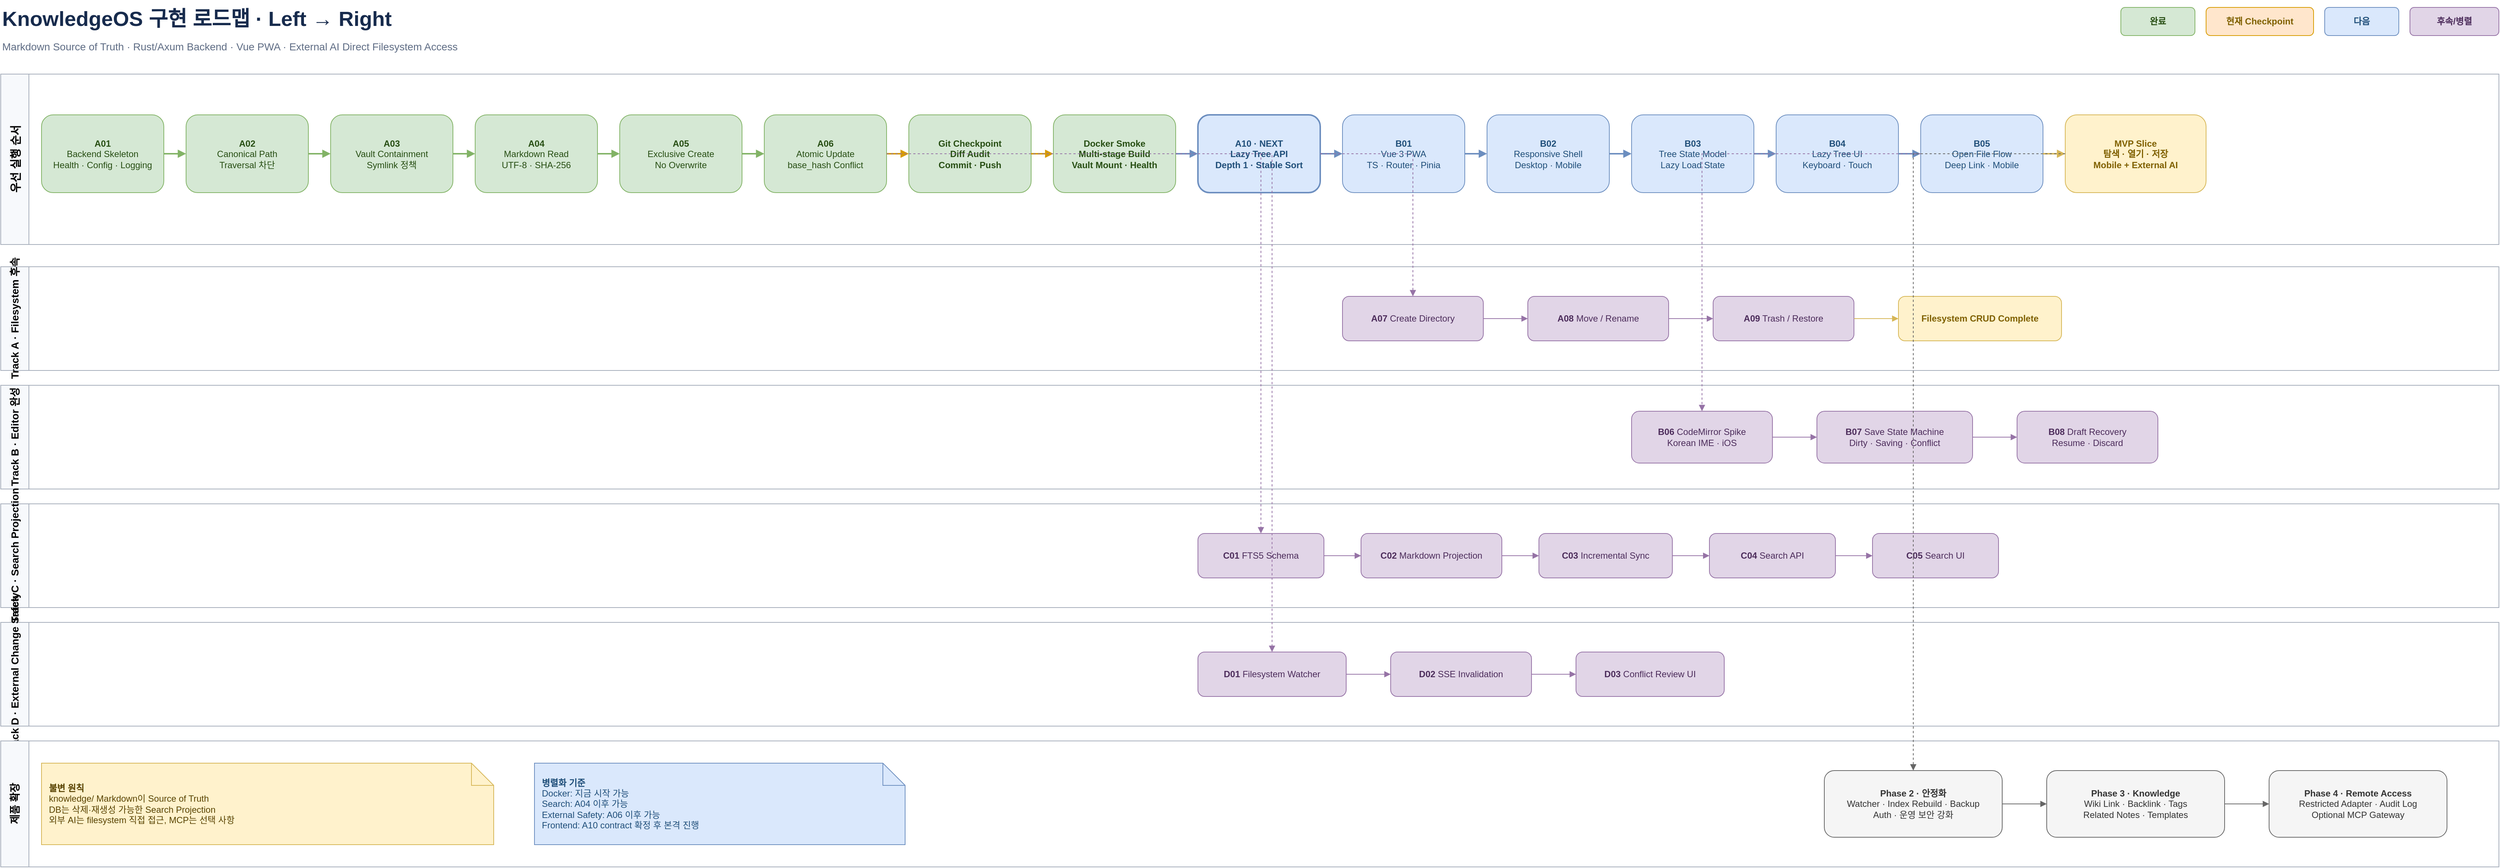
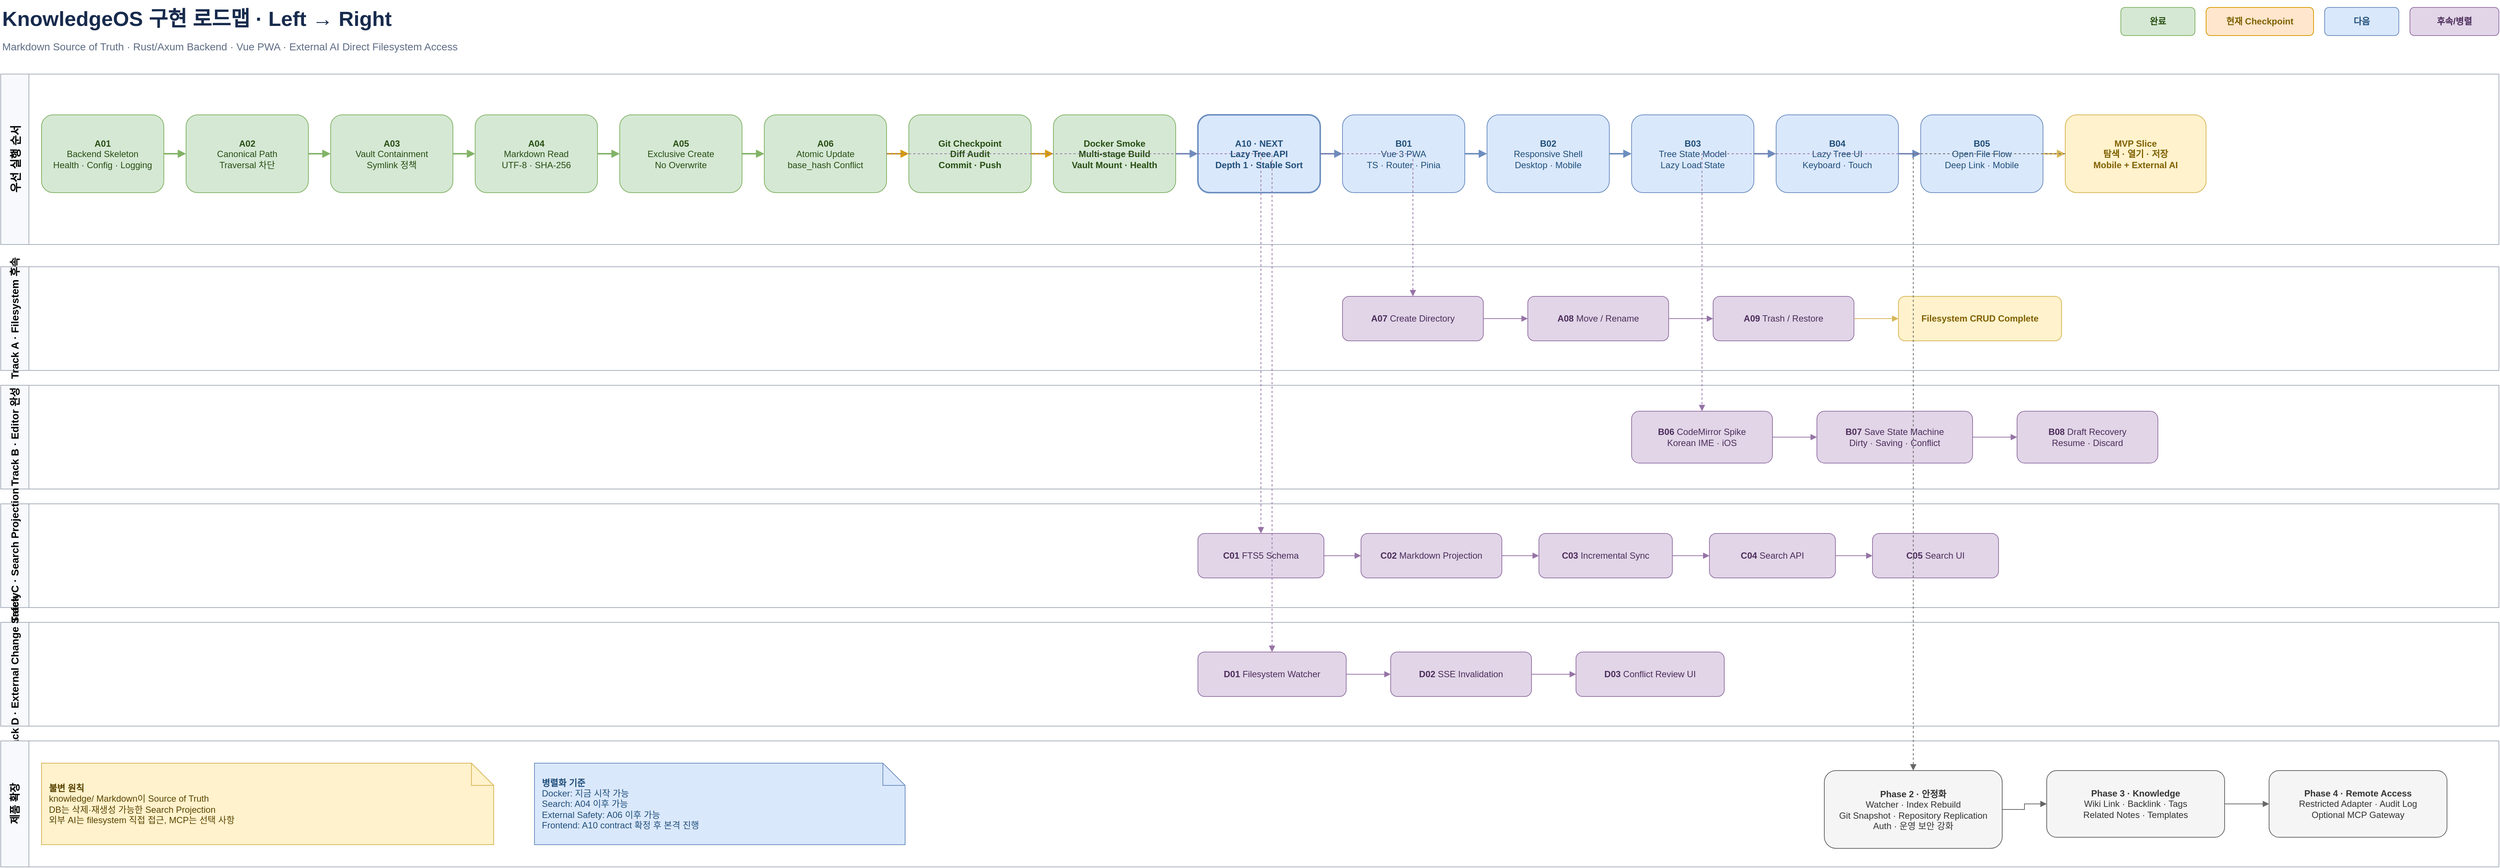
<mxfile host="app.diagrams.net" modified="2026-07-19T00:00:00.000Z" agent="KnowledgeOS" version="26.0.9" type="device">
  <diagram id="knowledgeos-roadmap" name="KnowledgeOS Roadmap">
    <mxGraphModel dx="1600" dy="900" grid="1" gridSize="10" guides="1" tooltips="1" connect="1" arrows="1" fold="1" page="1" pageScale="1" pageWidth="4000" pageHeight="1400" math="0" shadow="0">
      <root>
        <mxCell id="0"/>
        <mxCell id="1" parent="0"/>

        <mxCell id="title" value="KnowledgeOS 구현 로드맵 · Left → Right" style="text;html=1;align=left;verticalAlign=middle;fontSize=28;fontStyle=1;fontColor=#172B4D;" vertex="1" parent="1">
          <mxGeometry x="40" y="20" width="760" height="50" as="geometry"/>
        </mxCell>
        <mxCell id="subtitle" value="Markdown Source of Truth · Rust/Axum Backend · Vue PWA · External AI Direct Filesystem Access" style="text;html=1;align=left;verticalAlign=middle;fontSize=14;fontColor=#5E6C84;" vertex="1" parent="1">
          <mxGeometry x="40" y="68" width="1100" height="30" as="geometry"/>
        </mxCell>

        <mxCell id="legend_done" value="완료" style="rounded=1;whiteSpace=wrap;html=1;fillColor=#D5E8D4;strokeColor=#82B366;fontColor=#274E13;fontStyle=1;" vertex="1" parent="1">
          <mxGeometry x="2900" y="30" width="100" height="38" as="geometry"/>
        </mxCell>
        <mxCell id="legend_now" value="현재 Checkpoint" style="rounded=1;whiteSpace=wrap;html=1;fillColor=#FFE6CC;strokeColor=#D79B00;fontColor=#7F6000;fontStyle=1;" vertex="1" parent="1">
          <mxGeometry x="3015" y="30" width="145" height="38" as="geometry"/>
        </mxCell>
        <mxCell id="legend_next" value="다음" style="rounded=1;whiteSpace=wrap;html=1;fillColor=#DAE8FC;strokeColor=#6C8EBF;fontColor=#1F4E79;fontStyle=1;" vertex="1" parent="1">
          <mxGeometry x="3175" y="30" width="100" height="38" as="geometry"/>
        </mxCell>
        <mxCell id="legend_later" value="후속/병렬" style="rounded=1;whiteSpace=wrap;html=1;fillColor=#E1D5E7;strokeColor=#9673A6;fontColor=#4C2C5B;fontStyle=1;" vertex="1" parent="1">
          <mxGeometry x="3290" y="30" width="120" height="38" as="geometry"/>
        </mxCell>

        <mxCell id="lane_main" value="우선 실행 순서" style="swimlane;html=1;horizontal=0;startSize=38;fillColor=#F7F9FC;swimlaneFillColor=#FFFFFF;strokeColor=#A5ADBA;fontStyle=1;fontSize=15;" vertex="1" parent="1">
          <mxGeometry x="40" y="120" width="3370" height="230" as="geometry"/>
        </mxCell>
        <mxCell id="lane_fs" value="Track A · Filesystem 후속" style="swimlane;html=1;horizontal=0;startSize=38;fillColor=#F7F9FC;swimlaneFillColor=#FFFFFF;strokeColor=#A5ADBA;fontStyle=1;fontSize=14;" vertex="1" parent="1">
          <mxGeometry x="40" y="380" width="3370" height="140" as="geometry"/>
        </mxCell>
        <mxCell id="lane_editor" value="Track B · Editor 완성" style="swimlane;html=1;horizontal=0;startSize=38;fillColor=#F7F9FC;swimlaneFillColor=#FFFFFF;strokeColor=#A5ADBA;fontStyle=1;fontSize=14;" vertex="1" parent="1">
          <mxGeometry x="40" y="540" width="3370" height="140" as="geometry"/>
        </mxCell>
        <mxCell id="lane_search" value="Track C · Search Projection" style="swimlane;html=1;horizontal=0;startSize=38;fillColor=#F7F9FC;swimlaneFillColor=#FFFFFF;strokeColor=#A5ADBA;fontStyle=1;fontSize=14;" vertex="1" parent="1">
          <mxGeometry x="40" y="700" width="3370" height="140" as="geometry"/>
        </mxCell>
        <mxCell id="lane_external" value="Track D · External Change Safety" style="swimlane;html=1;horizontal=0;startSize=38;fillColor=#F7F9FC;swimlaneFillColor=#FFFFFF;strokeColor=#A5ADBA;fontStyle=1;fontSize=14;" vertex="1" parent="1">
          <mxGeometry x="40" y="860" width="3370" height="140" as="geometry"/>
        </mxCell>
        <mxCell id="lane_future" value="제품 확장" style="swimlane;html=1;horizontal=0;startSize=38;fillColor=#F7F9FC;swimlaneFillColor=#FFFFFF;strokeColor=#A5ADBA;fontStyle=1;fontSize=14;" vertex="1" parent="1">
          <mxGeometry x="40" y="1020" width="3370" height="170" as="geometry"/>
        </mxCell>

        <mxCell id="a01" value="&lt;b&gt;A01&lt;/b&gt;&#xa;Backend Skeleton&#xa;Health · Config · Logging" style="rounded=1;whiteSpace=wrap;html=1;fillColor=#D5E8D4;strokeColor=#82B366;fontColor=#274E13;" vertex="1" parent="1"><mxGeometry x="95" y="175" width="165" height="105" as="geometry"/></mxCell>
        <mxCell id="a02" value="&lt;b&gt;A02&lt;/b&gt;&#xa;Canonical Path&#xa;Traversal 차단" style="rounded=1;whiteSpace=wrap;html=1;fillColor=#D5E8D4;strokeColor=#82B366;fontColor=#274E13;" vertex="1" parent="1"><mxGeometry x="290" y="175" width="165" height="105" as="geometry"/></mxCell>
        <mxCell id="a03" value="&lt;b&gt;A03&lt;/b&gt;&#xa;Vault Containment&#xa;Symlink 정책" style="rounded=1;whiteSpace=wrap;html=1;fillColor=#D5E8D4;strokeColor=#82B366;fontColor=#274E13;" vertex="1" parent="1"><mxGeometry x="485" y="175" width="165" height="105" as="geometry"/></mxCell>
        <mxCell id="a04" value="&lt;b&gt;A04&lt;/b&gt;&#xa;Markdown Read&#xa;UTF-8 · SHA-256" style="rounded=1;whiteSpace=wrap;html=1;fillColor=#D5E8D4;strokeColor=#82B366;fontColor=#274E13;" vertex="1" parent="1"><mxGeometry x="680" y="175" width="165" height="105" as="geometry"/></mxCell>
        <mxCell id="a05" value="&lt;b&gt;A05&lt;/b&gt;&#xa;Exclusive Create&#xa;No Overwrite" style="rounded=1;whiteSpace=wrap;html=1;fillColor=#D5E8D4;strokeColor=#82B366;fontColor=#274E13;" vertex="1" parent="1"><mxGeometry x="875" y="175" width="165" height="105" as="geometry"/></mxCell>
        <mxCell id="a06" value="&lt;b&gt;A06&lt;/b&gt;&#xa;Atomic Update&#xa;base_hash Conflict" style="rounded=1;whiteSpace=wrap;html=1;fillColor=#D5E8D4;strokeColor=#82B366;fontColor=#274E13;" vertex="1" parent="1"><mxGeometry x="1070" y="175" width="165" height="105" as="geometry"/></mxCell>
        <mxCell id="git_checkpoint" value="&lt;b&gt;Git Checkpoint&lt;/b&gt;&#xa;Diff Audit&#xa;Commit · Push" style="rounded=1;whiteSpace=wrap;html=1;fillColor=#D5E8D4;strokeColor=#82B366;fontColor=#274E13;fontStyle=1;" vertex="1" parent="1"><mxGeometry x="1265" y="175" width="165" height="105" as="geometry"/></mxCell>
        <mxCell id="docker" value="&lt;b&gt;Docker Smoke&lt;/b&gt;&#xa;Multi-stage Build&#xa;Vault Mount · Health" style="rounded=1;whiteSpace=wrap;html=1;fillColor=#D5E8D4;strokeColor=#82B366;fontColor=#274E13;fontStyle=1;" vertex="1" parent="1"><mxGeometry x="1460" y="175" width="165" height="105" as="geometry"/></mxCell>
        <mxCell id="a10" value="&lt;b&gt;A10 · NEXT&lt;/b&gt;&#xa;Lazy Tree API&#xa;Depth 1 · Stable Sort" style="rounded=1;whiteSpace=wrap;html=1;fillColor=#DAE8FC;strokeColor=#6C8EBF;fontColor=#1F4E79;fontStyle=1;strokeWidth=2;" vertex="1" parent="1"><mxGeometry x="1655" y="175" width="165" height="105" as="geometry"/></mxCell>
        <mxCell id="b01" value="&lt;b&gt;B01&lt;/b&gt;&#xa;Vue 3 PWA&#xa;TS · Router · Pinia" style="rounded=1;whiteSpace=wrap;html=1;fillColor=#DAE8FC;strokeColor=#6C8EBF;fontColor=#1F4E79;" vertex="1" parent="1"><mxGeometry x="1850" y="175" width="165" height="105" as="geometry"/></mxCell>
        <mxCell id="b02" value="&lt;b&gt;B02&lt;/b&gt;&#xa;Responsive Shell&#xa;Desktop · Mobile" style="rounded=1;whiteSpace=wrap;html=1;fillColor=#DAE8FC;strokeColor=#6C8EBF;fontColor=#1F4E79;" vertex="1" parent="1"><mxGeometry x="2045" y="175" width="165" height="105" as="geometry"/></mxCell>
        <mxCell id="b03" value="&lt;b&gt;B03&lt;/b&gt;&#xa;Tree State Model&#xa;Lazy Load State" style="rounded=1;whiteSpace=wrap;html=1;fillColor=#DAE8FC;strokeColor=#6C8EBF;fontColor=#1F4E79;" vertex="1" parent="1"><mxGeometry x="2240" y="175" width="165" height="105" as="geometry"/></mxCell>
        <mxCell id="b04" value="&lt;b&gt;B04&lt;/b&gt;&#xa;Lazy Tree UI&#xa;Keyboard · Touch" style="rounded=1;whiteSpace=wrap;html=1;fillColor=#DAE8FC;strokeColor=#6C8EBF;fontColor=#1F4E79;" vertex="1" parent="1"><mxGeometry x="2435" y="175" width="165" height="105" as="geometry"/></mxCell>
        <mxCell id="b05" value="&lt;b&gt;B05&lt;/b&gt;&#xa;Open File Flow&#xa;Deep Link · Mobile" style="rounded=1;whiteSpace=wrap;html=1;fillColor=#DAE8FC;strokeColor=#6C8EBF;fontColor=#1F4E79;" vertex="1" parent="1"><mxGeometry x="2630" y="175" width="165" height="105" as="geometry"/></mxCell>
        <mxCell id="mvp_slice" value="&lt;b&gt;MVP Slice&lt;/b&gt;&#xa;탐색 · 열기 · 저장&#xa;Mobile + External AI" style="rounded=1;whiteSpace=wrap;html=1;fillColor=#FFF2CC;strokeColor=#D6B656;fontColor=#7F6000;fontStyle=1;" vertex="1" parent="1"><mxGeometry x="2825" y="175" width="190" height="105" as="geometry"/></mxCell>

        <mxCell id="a07" value="&lt;b&gt;A07&lt;/b&gt; Create Directory" style="rounded=1;whiteSpace=wrap;html=1;fillColor=#E1D5E7;strokeColor=#9673A6;fontColor=#4C2C5B;" vertex="1" parent="1"><mxGeometry x="1850" y="420" width="190" height="60" as="geometry"/></mxCell>
        <mxCell id="a08" value="&lt;b&gt;A08&lt;/b&gt; Move / Rename" style="rounded=1;whiteSpace=wrap;html=1;fillColor=#E1D5E7;strokeColor=#9673A6;fontColor=#4C2C5B;" vertex="1" parent="1"><mxGeometry x="2100" y="420" width="190" height="60" as="geometry"/></mxCell>
        <mxCell id="a09" value="&lt;b&gt;A09&lt;/b&gt; Trash / Restore" style="rounded=1;whiteSpace=wrap;html=1;fillColor=#E1D5E7;strokeColor=#9673A6;fontColor=#4C2C5B;" vertex="1" parent="1"><mxGeometry x="2350" y="420" width="190" height="60" as="geometry"/></mxCell>
        <mxCell id="fs_complete" value="Filesystem CRUD Complete" style="rounded=1;whiteSpace=wrap;html=1;fillColor=#FFF2CC;strokeColor=#D6B656;fontColor=#7F6000;fontStyle=1;" vertex="1" parent="1"><mxGeometry x="2600" y="420" width="220" height="60" as="geometry"/></mxCell>

        <mxCell id="b06" value="&lt;b&gt;B06&lt;/b&gt; CodeMirror Spike&#xa;Korean IME · iOS" style="rounded=1;whiteSpace=wrap;html=1;fillColor=#E1D5E7;strokeColor=#9673A6;fontColor=#4C2C5B;" vertex="1" parent="1"><mxGeometry x="2240" y="575" width="190" height="70" as="geometry"/></mxCell>
        <mxCell id="b07" value="&lt;b&gt;B07&lt;/b&gt; Save State Machine&#xa;Dirty · Saving · Conflict" style="rounded=1;whiteSpace=wrap;html=1;fillColor=#E1D5E7;strokeColor=#9673A6;fontColor=#4C2C5B;" vertex="1" parent="1"><mxGeometry x="2490" y="575" width="210" height="70" as="geometry"/></mxCell>
        <mxCell id="b08" value="&lt;b&gt;B08&lt;/b&gt; Draft Recovery&#xa;Resume · Discard" style="rounded=1;whiteSpace=wrap;html=1;fillColor=#E1D5E7;strokeColor=#9673A6;fontColor=#4C2C5B;" vertex="1" parent="1"><mxGeometry x="2760" y="575" width="190" height="70" as="geometry"/></mxCell>

        <mxCell id="c01" value="&lt;b&gt;C01&lt;/b&gt; FTS5 Schema" style="rounded=1;whiteSpace=wrap;html=1;fillColor=#E1D5E7;strokeColor=#9673A6;fontColor=#4C2C5B;" vertex="1" parent="1"><mxGeometry x="1655" y="740" width="170" height="60" as="geometry"/></mxCell>
        <mxCell id="c02" value="&lt;b&gt;C02&lt;/b&gt; Markdown Projection" style="rounded=1;whiteSpace=wrap;html=1;fillColor=#E1D5E7;strokeColor=#9673A6;fontColor=#4C2C5B;" vertex="1" parent="1"><mxGeometry x="1875" y="740" width="190" height="60" as="geometry"/></mxCell>
        <mxCell id="c03" value="&lt;b&gt;C03&lt;/b&gt; Incremental Sync" style="rounded=1;whiteSpace=wrap;html=1;fillColor=#E1D5E7;strokeColor=#9673A6;fontColor=#4C2C5B;" vertex="1" parent="1"><mxGeometry x="2115" y="740" width="180" height="60" as="geometry"/></mxCell>
        <mxCell id="c04" value="&lt;b&gt;C04&lt;/b&gt; Search API" style="rounded=1;whiteSpace=wrap;html=1;fillColor=#E1D5E7;strokeColor=#9673A6;fontColor=#4C2C5B;" vertex="1" parent="1"><mxGeometry x="2345" y="740" width="170" height="60" as="geometry"/></mxCell>
        <mxCell id="c05" value="&lt;b&gt;C05&lt;/b&gt; Search UI" style="rounded=1;whiteSpace=wrap;html=1;fillColor=#E1D5E7;strokeColor=#9673A6;fontColor=#4C2C5B;" vertex="1" parent="1"><mxGeometry x="2565" y="740" width="170" height="60" as="geometry"/></mxCell>

        <mxCell id="d01" value="&lt;b&gt;D01&lt;/b&gt; Filesystem Watcher" style="rounded=1;whiteSpace=wrap;html=1;fillColor=#E1D5E7;strokeColor=#9673A6;fontColor=#4C2C5B;" vertex="1" parent="1"><mxGeometry x="1655" y="900" width="200" height="60" as="geometry"/></mxCell>
        <mxCell id="d02" value="&lt;b&gt;D02&lt;/b&gt; SSE Invalidation" style="rounded=1;whiteSpace=wrap;html=1;fillColor=#E1D5E7;strokeColor=#9673A6;fontColor=#4C2C5B;" vertex="1" parent="1"><mxGeometry x="1915" y="900" width="190" height="60" as="geometry"/></mxCell>
        <mxCell id="d03" value="&lt;b&gt;D03&lt;/b&gt; Conflict Review UI" style="rounded=1;whiteSpace=wrap;html=1;fillColor=#E1D5E7;strokeColor=#9673A6;fontColor=#4C2C5B;" vertex="1" parent="1"><mxGeometry x="2165" y="900" width="200" height="60" as="geometry"/></mxCell>

-         <mxCell id="phase2" value="&lt;b&gt;Phase 2 · 안정화&lt;/b&gt;&#xa;Watcher · Index Rebuild · Backup&#xa;Auth · 운영 보안 강화" style="rounded=1;whiteSpace=wrap;html=1;fillColor=#F5F5F5;strokeColor=#666666;fontColor=#333333;" vertex="1" parent="1"><mxGeometry x="2500" y="1060" width="240" height="90" as="geometry"/></mxCell>
+         <mxCell id="phase2" value="&lt;b&gt;Phase 2 · 안정화&lt;/b&gt;&#xa;Watcher · Index Rebuild&#xa;Git Snapshot · Repository Replication&#xa;Auth · 운영 보안 강화" style="rounded=1;whiteSpace=wrap;html=1;fillColor=#F5F5F5;strokeColor=#666666;fontColor=#333333;" vertex="1" parent="1"><mxGeometry x="2500" y="1060" width="240" height="105" as="geometry"/></mxCell>
        <mxCell id="phase3" value="&lt;b&gt;Phase 3 · Knowledge&lt;/b&gt;&#xa;Wiki Link · Backlink · Tags&#xa;Related Notes · Templates" style="rounded=1;whiteSpace=wrap;html=1;fillColor=#F5F5F5;strokeColor=#666666;fontColor=#333333;" vertex="1" parent="1"><mxGeometry x="2800" y="1060" width="240" height="90" as="geometry"/></mxCell>
        <mxCell id="phase4" value="&lt;b&gt;Phase 4 · Remote Access&lt;/b&gt;&#xa;Restricted Adapter · Audit Log&#xa;Optional MCP Gateway" style="rounded=1;whiteSpace=wrap;html=1;fillColor=#F5F5F5;strokeColor=#666666;fontColor=#333333;" vertex="1" parent="1"><mxGeometry x="3100" y="1060" width="240" height="90" as="geometry"/></mxCell>

        <mxCell id="note_source" value="&lt;b&gt;불변 원칙&lt;/b&gt;&#xa;knowledge/ Markdown이 Source of Truth&#xa;DB는 삭제·재생성 가능한 Search Projection&#xa;외부 AI는 filesystem 직접 접근, MCP는 선택 사항" style="shape=note;whiteSpace=wrap;html=1;fillColor=#FFF2CC;strokeColor=#D6B656;fontColor=#594300;align=left;spacing=10;" vertex="1" parent="1"><mxGeometry x="95" y="1050" width="610" height="110" as="geometry"/></mxCell>
        <mxCell id="note_parallel" value="&lt;b&gt;병렬화 기준&lt;/b&gt;&#xa;Docker: 지금 시작 가능&#xa;Search: A04 이후 가능&#xa;External Safety: A06 이후 가능&#xa;Frontend: A10 contract 확정 후 본격 진행" style="shape=note;whiteSpace=wrap;html=1;fillColor=#DAE8FC;strokeColor=#6C8EBF;fontColor=#1F4E79;align=left;spacing=10;" vertex="1" parent="1"><mxGeometry x="760" y="1050" width="500" height="110" as="geometry"/></mxCell>

        <mxCell id="e_a01_a02" style="edgeStyle=orthogonalEdgeStyle;rounded=0;orthogonalLoop=1;jettySize=auto;html=1;endArrow=block;strokeColor=#82B366;strokeWidth=2;" edge="1" parent="1" source="a01" target="a02"><mxGeometry relative="1" as="geometry"/></mxCell>
        <mxCell id="e_a02_a03" style="edgeStyle=orthogonalEdgeStyle;rounded=0;orthogonalLoop=1;jettySize=auto;html=1;endArrow=block;strokeColor=#82B366;strokeWidth=2;" edge="1" parent="1" source="a02" target="a03"><mxGeometry relative="1" as="geometry"/></mxCell>
        <mxCell id="e_a03_a04" style="edgeStyle=orthogonalEdgeStyle;rounded=0;orthogonalLoop=1;jettySize=auto;html=1;endArrow=block;strokeColor=#82B366;strokeWidth=2;" edge="1" parent="1" source="a03" target="a04"><mxGeometry relative="1" as="geometry"/></mxCell>
        <mxCell id="e_a04_a05" style="edgeStyle=orthogonalEdgeStyle;rounded=0;orthogonalLoop=1;jettySize=auto;html=1;endArrow=block;strokeColor=#82B366;strokeWidth=2;" edge="1" parent="1" source="a04" target="a05"><mxGeometry relative="1" as="geometry"/></mxCell>
        <mxCell id="e_a05_a06" style="edgeStyle=orthogonalEdgeStyle;rounded=0;orthogonalLoop=1;jettySize=auto;html=1;endArrow=block;strokeColor=#82B366;strokeWidth=2;" edge="1" parent="1" source="a05" target="a06"><mxGeometry relative="1" as="geometry"/></mxCell>
        <mxCell id="e_a06_git" style="edgeStyle=orthogonalEdgeStyle;rounded=0;orthogonalLoop=1;jettySize=auto;html=1;endArrow=block;strokeColor=#D79B00;strokeWidth=2;" edge="1" parent="1" source="a06" target="git_checkpoint"><mxGeometry relative="1" as="geometry"/></mxCell>
        <mxCell id="e_git_docker" style="edgeStyle=orthogonalEdgeStyle;rounded=0;orthogonalLoop=1;jettySize=auto;html=1;endArrow=block;strokeColor=#D79B00;strokeWidth=2;" edge="1" parent="1" source="git_checkpoint" target="docker"><mxGeometry relative="1" as="geometry"/></mxCell>
        <mxCell id="e_docker_a10" style="edgeStyle=orthogonalEdgeStyle;rounded=0;orthogonalLoop=1;jettySize=auto;html=1;endArrow=block;strokeColor=#6C8EBF;strokeWidth=2;" edge="1" parent="1" source="docker" target="a10"><mxGeometry relative="1" as="geometry"/></mxCell>
        <mxCell id="e_a10_b01" style="edgeStyle=orthogonalEdgeStyle;rounded=0;orthogonalLoop=1;jettySize=auto;html=1;endArrow=block;strokeColor=#6C8EBF;strokeWidth=2;" edge="1" parent="1" source="a10" target="b01"><mxGeometry relative="1" as="geometry"/></mxCell>
        <mxCell id="e_b01_b02" style="edgeStyle=orthogonalEdgeStyle;rounded=0;orthogonalLoop=1;jettySize=auto;html=1;endArrow=block;strokeColor=#6C8EBF;strokeWidth=2;" edge="1" parent="1" source="b01" target="b02"><mxGeometry relative="1" as="geometry"/></mxCell>
        <mxCell id="e_b02_b03" style="edgeStyle=orthogonalEdgeStyle;rounded=0;orthogonalLoop=1;jettySize=auto;html=1;endArrow=block;strokeColor=#6C8EBF;strokeWidth=2;" edge="1" parent="1" source="b02" target="b03"><mxGeometry relative="1" as="geometry"/></mxCell>
        <mxCell id="e_b03_b04" style="edgeStyle=orthogonalEdgeStyle;rounded=0;orthogonalLoop=1;jettySize=auto;html=1;endArrow=block;strokeColor=#6C8EBF;strokeWidth=2;" edge="1" parent="1" source="b03" target="b04"><mxGeometry relative="1" as="geometry"/></mxCell>
        <mxCell id="e_b04_b05" style="edgeStyle=orthogonalEdgeStyle;rounded=0;orthogonalLoop=1;jettySize=auto;html=1;endArrow=block;strokeColor=#6C8EBF;strokeWidth=2;" edge="1" parent="1" source="b04" target="b05"><mxGeometry relative="1" as="geometry"/></mxCell>
        <mxCell id="e_b05_mvp" style="edgeStyle=orthogonalEdgeStyle;rounded=0;orthogonalLoop=1;jettySize=auto;html=1;endArrow=block;strokeColor=#D6B656;strokeWidth=2;" edge="1" parent="1" source="b05" target="mvp_slice"><mxGeometry relative="1" as="geometry"/></mxCell>

        <mxCell id="e_a10_a07" style="edgeStyle=orthogonalEdgeStyle;rounded=0;orthogonalLoop=1;jettySize=auto;html=1;endArrow=block;dashed=1;strokeColor=#9673A6;" edge="1" parent="1" source="a10" target="a07"><mxGeometry relative="1" as="geometry"/></mxCell>
        <mxCell id="e_a07_a08" style="edgeStyle=orthogonalEdgeStyle;rounded=0;html=1;endArrow=block;strokeColor=#9673A6;" edge="1" parent="1" source="a07" target="a08"><mxGeometry relative="1" as="geometry"/></mxCell>
        <mxCell id="e_a08_a09" style="edgeStyle=orthogonalEdgeStyle;rounded=0;html=1;endArrow=block;strokeColor=#9673A6;" edge="1" parent="1" source="a08" target="a09"><mxGeometry relative="1" as="geometry"/></mxCell>
        <mxCell id="e_a09_fs" style="edgeStyle=orthogonalEdgeStyle;rounded=0;html=1;endArrow=block;strokeColor=#D6B656;" edge="1" parent="1" source="a09" target="fs_complete"><mxGeometry relative="1" as="geometry"/></mxCell>

        <mxCell id="e_b05_b06" style="edgeStyle=orthogonalEdgeStyle;rounded=0;html=1;endArrow=block;dashed=1;strokeColor=#9673A6;" edge="1" parent="1" source="b05" target="b06"><mxGeometry relative="1" as="geometry"/></mxCell>
        <mxCell id="e_b06_b07" style="edgeStyle=orthogonalEdgeStyle;rounded=0;html=1;endArrow=block;strokeColor=#9673A6;" edge="1" parent="1" source="b06" target="b07"><mxGeometry relative="1" as="geometry"/></mxCell>
        <mxCell id="e_b07_b08" style="edgeStyle=orthogonalEdgeStyle;rounded=0;html=1;endArrow=block;strokeColor=#9673A6;" edge="1" parent="1" source="b07" target="b08"><mxGeometry relative="1" as="geometry"/></mxCell>

        <mxCell id="e_docker_c01" style="edgeStyle=orthogonalEdgeStyle;rounded=0;html=1;endArrow=block;dashed=1;strokeColor=#9673A6;" edge="1" parent="1" source="docker" target="c01"><mxGeometry relative="1" as="geometry"/></mxCell>
        <mxCell id="e_c01_c02" style="edgeStyle=orthogonalEdgeStyle;rounded=0;html=1;endArrow=block;strokeColor=#9673A6;" edge="1" parent="1" source="c01" target="c02"><mxGeometry relative="1" as="geometry"/></mxCell>
        <mxCell id="e_c02_c03" style="edgeStyle=orthogonalEdgeStyle;rounded=0;html=1;endArrow=block;strokeColor=#9673A6;" edge="1" parent="1" source="c02" target="c03"><mxGeometry relative="1" as="geometry"/></mxCell>
        <mxCell id="e_c03_c04" style="edgeStyle=orthogonalEdgeStyle;rounded=0;html=1;endArrow=block;strokeColor=#9673A6;" edge="1" parent="1" source="c03" target="c04"><mxGeometry relative="1" as="geometry"/></mxCell>
        <mxCell id="e_c04_c05" style="edgeStyle=orthogonalEdgeStyle;rounded=0;html=1;endArrow=block;strokeColor=#9673A6;" edge="1" parent="1" source="c04" target="c05"><mxGeometry relative="1" as="geometry"/></mxCell>

        <mxCell id="e_a06_d01" style="edgeStyle=orthogonalEdgeStyle;rounded=0;html=1;endArrow=block;dashed=1;strokeColor=#9673A6;" edge="1" parent="1" source="a06" target="d01"><mxGeometry relative="1" as="geometry"/></mxCell>
        <mxCell id="e_d01_d02" style="edgeStyle=orthogonalEdgeStyle;rounded=0;html=1;endArrow=block;strokeColor=#9673A6;" edge="1" parent="1" source="d01" target="d02"><mxGeometry relative="1" as="geometry"/></mxCell>
        <mxCell id="e_d02_d03" style="edgeStyle=orthogonalEdgeStyle;rounded=0;html=1;endArrow=block;strokeColor=#9673A6;" edge="1" parent="1" source="d02" target="d03"><mxGeometry relative="1" as="geometry"/></mxCell>

        <mxCell id="e_mvp_phase2" style="edgeStyle=orthogonalEdgeStyle;rounded=0;html=1;endArrow=block;dashed=1;strokeColor=#666666;" edge="1" parent="1" source="mvp_slice" target="phase2"><mxGeometry relative="1" as="geometry"/></mxCell>
        <mxCell id="e_phase2_phase3" style="edgeStyle=orthogonalEdgeStyle;rounded=0;html=1;endArrow=block;strokeColor=#666666;" edge="1" parent="1" source="phase2" target="phase3"><mxGeometry relative="1" as="geometry"/></mxCell>
        <mxCell id="e_phase3_phase4" style="edgeStyle=orthogonalEdgeStyle;rounded=0;html=1;endArrow=block;strokeColor=#666666;" edge="1" parent="1" source="phase3" target="phase4"><mxGeometry relative="1" as="geometry"/></mxCell>
      </root>
    </mxGraphModel>
  </diagram>
</mxfile>
